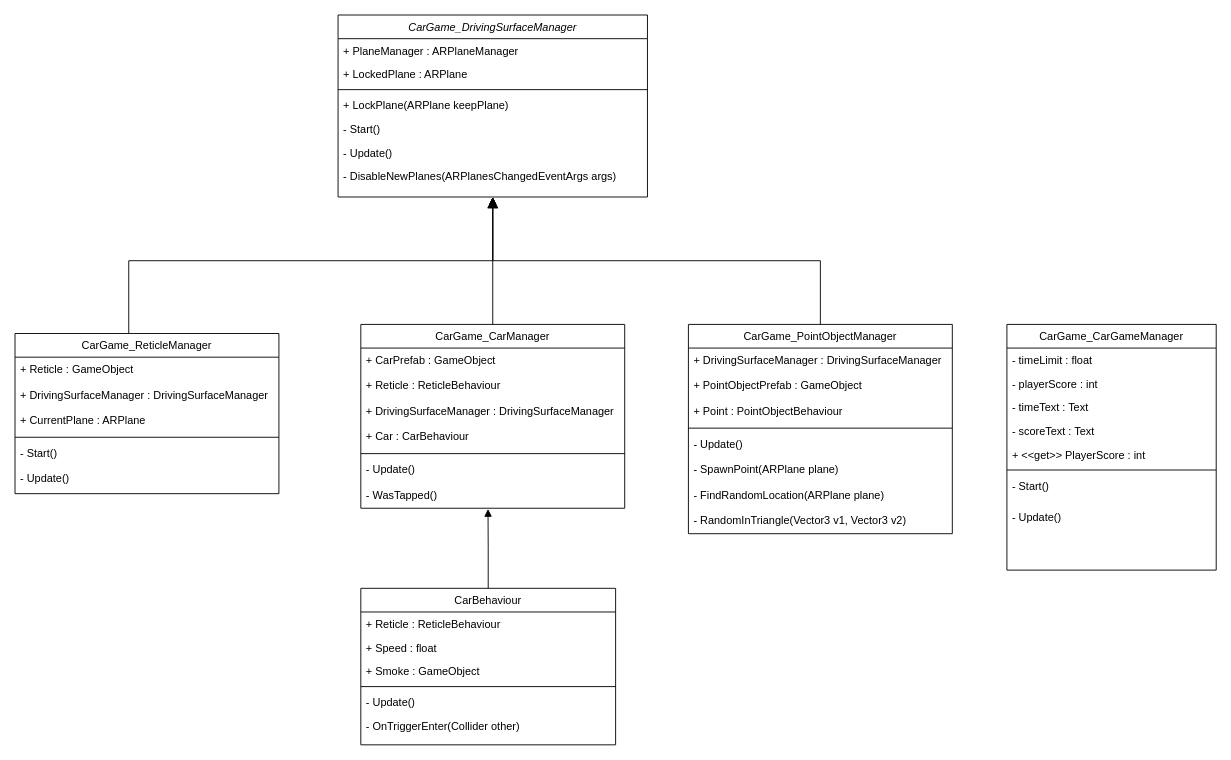
Above: 문서 작업(설계서)/여러가지 자료/스크립트 다이어그램 모음/CarGameScriptDiagram.drawio in ymg5218/CapstoneARtp (draw.io), before the change. Source tidied: cells renumbered, new cells numbered last; positions are measured from the earlier drawing's top-left corner, leaving out a move shared by most shapes. Both pictures are drawn from the tidied source at 91%, with x=0, y=0 at pixel (15, 15).
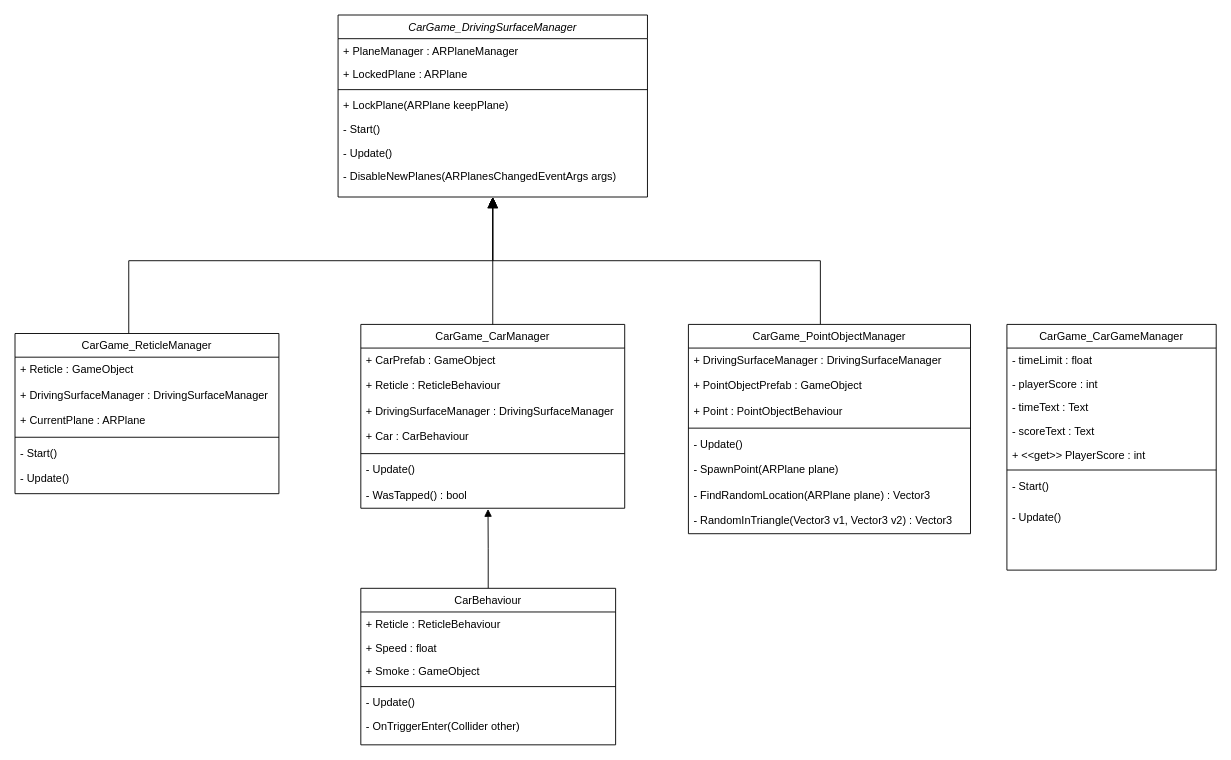
After the change.

The change refers to these unchanged cells:
```xml
<mxCell id="2" value="CarGame_DrivingSurfaceManager" style="swimlane;fontStyle=2;align=center;verticalAlign=top;horizontal=1;startSize=26;rounded=0;shadow=0;strokeWidth=1;" parent="1" vertex="1">
  <mxGeometry x="355" width="340" height="200" as="geometry" />
</mxCell>
<mxCell id="10" value="CarGame_CarManager" style="swimlane;fontStyle=0;align=center;verticalAlign=top;horizontal=1;startSize=26;rounded=0;shadow=0;strokeWidth=1;swimlaneLine=1;" parent="1" vertex="1">
  <mxGeometry x="380" y="340" width="290" height="202" as="geometry" />
</mxCell>
```

The edit, as a diff of the source:
```diff
@@
-    <mxCell id="7" value="- Start()" style="text;align=left;verticalAlign=top;spacingLeft=4;spacingRight=4;overflow=hidden;" parent="2" vertex="1">
+    <mxCell id="7" value="- Start() " style="text;align=left;verticalAlign=top;spacingLeft=4;spacingRight=4;overflow=hidden;" parent="2" vertex="1">
       <mxGeometry y="112" width="340" height="26" as="geometry" />
     </mxCell>
@@
-    <mxCell id="17" value="- WasTapped()" style="text;align=left;verticalAlign=top;spacingLeft=4;spacingRight=4;overflow=hidden;points=[[0,0.5],[1,0.5]];portConstraint=eastwest;rounded=0;shadow=0;html=0;" parent="10" vertex="1">
+    <mxCell id="17" value="- WasTapped() : bool" style="text;align=left;verticalAlign=top;spacingLeft=4;spacingRight=4;overflow=hidden;points=[[0,0.5],[1,0.5]];portConstraint=eastwest;rounded=0;shadow=0;html=0;" parent="10" vertex="1">
       <mxGeometry y="174" width="290" height="28" as="geometry" />
     </mxCell>
@@
     <mxCell id="45" value="CarGame_PointObjectManager" style="swimlane;fontStyle=0;align=center;verticalAlign=top;horizontal=1;startSize=26;rounded=0;shadow=0;strokeWidth=1;swimlaneLine=1;" parent="1" vertex="1">
-      <mxGeometry x="740" y="340" width="290" height="230" as="geometry" />
+      <mxGeometry x="740" y="340" width="310" height="230" as="geometry" />
     </mxCell>
     <mxCell id="46" value="+ DrivingSurfaceManager : DrivingSurfaceManager" style="text;align=left;verticalAlign=top;spacingLeft=4;spacingRight=4;overflow=hidden;rounded=0;shadow=0;html=0;" parent="45" vertex="1">
-      <mxGeometry y="26" width="290" height="28" as="geometry" />
+      <mxGeometry y="26" width="310" height="28" as="geometry" />
     </mxCell>
     <mxCell id="47" value="+ PointObjectPrefab : GameObject" style="text;align=left;verticalAlign=top;spacingLeft=4;spacingRight=4;overflow=hidden;rounded=0;shadow=0;html=0;" parent="45" vertex="1">
-      <mxGeometry y="54" width="290" height="28" as="geometry" />
+      <mxGeometry y="54" width="310" height="28" as="geometry" />
     </mxCell>
     <mxCell id="48" value="+ Point : PointObjectBehaviour" style="text;align=left;verticalAlign=top;spacingLeft=4;spacingRight=4;overflow=hidden;rounded=0;shadow=0;html=0;" parent="45" vertex="1">
-      <mxGeometry y="82" width="290" height="28" as="geometry" />
+      <mxGeometry y="82" width="310" height="28" as="geometry" />
     </mxCell>
     <mxCell id="49" style="line;html=1;strokeWidth=1;align=left;verticalAlign=middle;spacingTop=-1;spacingLeft=3;spacingRight=3;labelPosition=right;" parent="45" vertex="1">
-      <mxGeometry y="110" width="290" height="8" as="geometry" />
+      <mxGeometry y="110" width="310" height="8" as="geometry" />
     </mxCell>
     <mxCell id="50" value="- Update()" style="text;align=left;verticalAlign=top;spacingLeft=4;spacingRight=4;overflow=hidden;rounded=0;shadow=0;html=0;" parent="45" vertex="1">
-      <mxGeometry y="118" width="290" height="28" as="geometry" />
+      <mxGeometry y="118" width="310" height="28" as="geometry" />
     </mxCell>
     <mxCell id="51" value="- SpawnPoint(ARPlane plane)" style="text;align=left;verticalAlign=top;spacingLeft=4;spacingRight=4;overflow=hidden;rounded=0;shadow=0;html=0;" parent="45" vertex="1">
-      <mxGeometry y="146" width="290" height="28" as="geometry" />
+      <mxGeometry y="146" width="310" height="28" as="geometry" />
     </mxCell>
-    <mxCell id="52" value="- FindRandomLocation(ARPlane plane)" style="text;align=left;verticalAlign=top;spacingLeft=4;spacingRight=4;overflow=hidden;rounded=0;shadow=0;html=0;" parent="45" vertex="1">
-      <mxGeometry y="174" width="290" height="28" as="geometry" />
+    <mxCell id="52" value="- FindRandomLocation(ARPlane plane) : Vector3" style="text;align=left;verticalAlign=top;spacingLeft=4;spacingRight=4;overflow=hidden;rounded=0;shadow=0;html=0;" parent="45" vertex="1">
+      <mxGeometry y="174" width="310" height="28" as="geometry" />
     </mxCell>
-    <mxCell id="53" value="- RandomInTriangle(Vector3 v1, Vector3 v2)" style="text;align=left;verticalAlign=top;spacingLeft=4;spacingRight=4;overflow=hidden;rounded=0;shadow=0;html=0;" parent="45" vertex="1">
-      <mxGeometry y="202" width="290" height="28" as="geometry" />
+    <mxCell id="53" value="- RandomInTriangle(Vector3 v1, Vector3 v2) : Vector3" style="text;align=left;verticalAlign=top;spacingLeft=4;spacingRight=4;overflow=hidden;rounded=0;shadow=0;html=0;" parent="45" vertex="1">
+      <mxGeometry y="202" width="310" height="28" as="geometry" />
     </mxCell>
```
